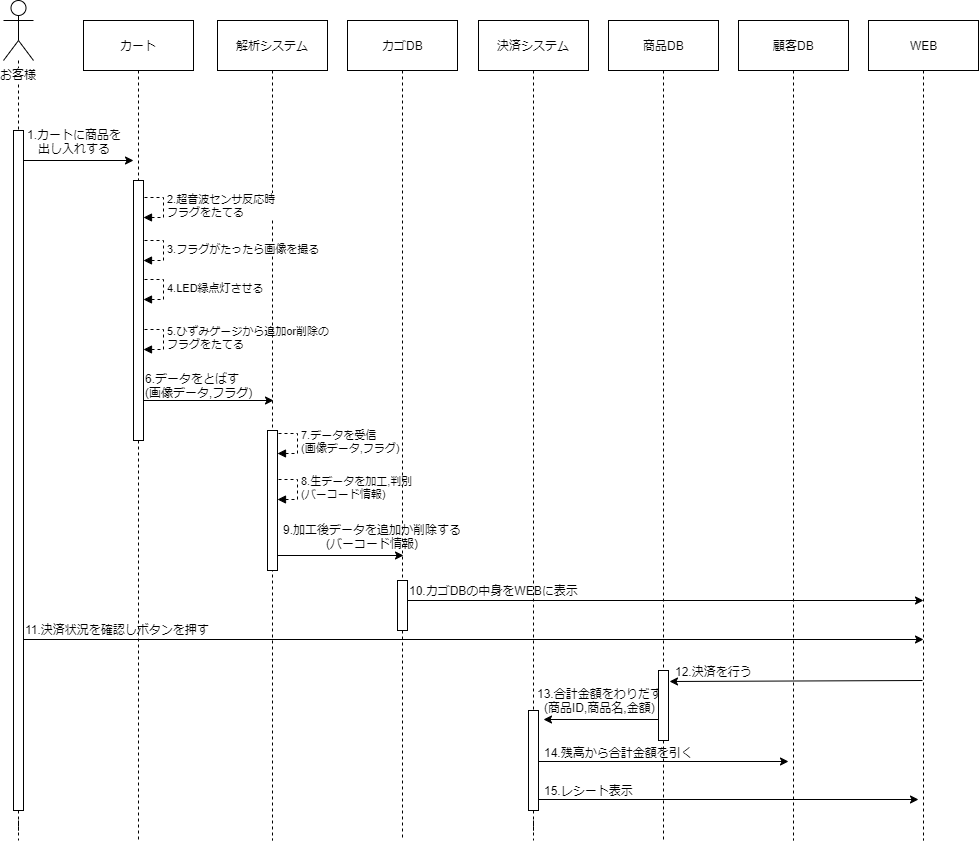
Above: 図/sequence.png in DJ956/YoloBarcodeReader (draw.io), before the change. Source tidied: cells renumbered, new cells last; positions are measured from the earlier drawing's top-left corner, leaving out a move shared by most shapes.
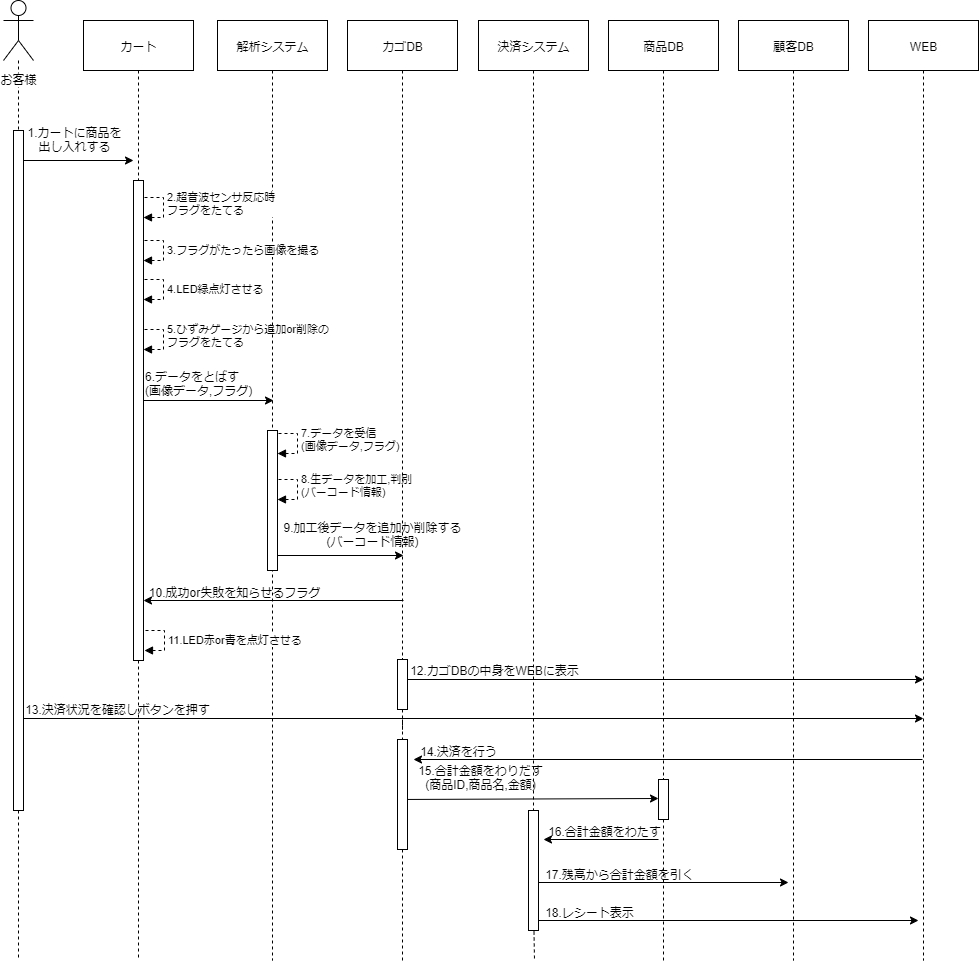
Later version of the same file.

Diff of the diagram source:
```diff
@@ -4,12 +4,12 @@
     <mxCell id="1" parent="0" />
     <mxCell id="2" style="edgeStyle=orthogonalEdgeStyle;rounded=0;jettySize=auto;html=1;endArrow=none;endFill=0;dashed=1;" parent="1" edge="1" source="6">
       <mxGeometry relative="1" as="geometry">
-        <mxPoint x="15" y="840" as="targetPoint" />
+        <mxPoint x="15" y="960" as="targetPoint" />
       </mxGeometry>
     </mxCell>
     <mxCell id="3" style="rounded=0;jettySize=auto;html=1;endArrow=none;endFill=0;dashed=1;" parent="1" edge="1" source="42">
       <mxGeometry relative="1" as="geometry">
-        <mxPoint x="135" y="840" as="targetPoint" />
+        <mxPoint x="135" y="960" as="targetPoint" />
       </mxGeometry>
     </mxCell>
     <mxCell id="4" value="カート" style="html=1;" parent="1" vertex="1">
@@ -41,7 +41,7 @@
     </mxCell>
     <mxCell id="9" style="rounded=0;jettySize=auto;html=1;endArrow=none;endFill=0;dashed=1;edgeStyle=orthogonalEdgeStyle;" parent="1" edge="1" source="10">
       <mxGeometry relative="1" as="geometry">
-        <mxPoint x="269" y="840" as="targetPoint" />
+        <mxPoint x="269" y="960" as="targetPoint" />
       </mxGeometry>
     </mxCell>
     <mxCell id="10" value="解析システム" style="html=1;" parent="1" vertex="1">
@@ -92,36 +92,30 @@
         <mxPoint x="17" y="-23" as="offset" />
       </mxGeometry>
     </mxCell>
-    <mxCell id="19" style="rounded=0;jettySize=auto;html=1;endArrow=none;endFill=0;dashed=1;edgeStyle=orthogonalEdgeStyle;" parent="1" edge="1" source="35">
-      <mxGeometry relative="1" as="geometry">
-        <mxPoint x="530" y="840" as="targetPoint" />
-      </mxGeometry>
-    </mxCell>
     <mxCell id="20" value="決済システム" style="html=1;" parent="1" vertex="1">
       <mxGeometry x="475" y="20" width="110" height="50" as="geometry" />
     </mxCell>
     <mxCell id="21" style="rounded=0;jettySize=auto;html=1;endArrow=none;endFill=0;dashed=1;edgeStyle=orthogonalEdgeStyle;" parent="1" edge="1" source="37">
       <mxGeometry relative="1" as="geometry">
-        <mxPoint x="660" y="840" as="targetPoint" />
+        <mxPoint x="660" y="960" as="targetPoint" />
       </mxGeometry>
     </mxCell>
     <mxCell id="22" value="商品DB" style="html=1;" parent="1" vertex="1">
       <mxGeometry x="605" y="20" width="110" height="50" as="geometry" />
     </mxCell>
-    <mxCell id="23" style="endArrow=none;html=1;endFill=0;startArrow=classic;startFill=1;" parent="1" edge="1">
+    <mxCell id="23" style="endArrow=classic;html=1;endFill=1;startArrow=none;startFill=0;exitX=1;exitY=0.545;exitDx=0;exitDy=0;exitPerimeter=0;" parent="1" edge="1" source="53">
       <mxGeometry relative="1" as="geometry">
-        <mxPoint x="540" y="719" as="sourcePoint" />
-        <mxPoint x="655" y="719" as="targetPoint" />
+        <mxPoint x="655" y="798" as="targetPoint" />
       </mxGeometry>
     </mxCell>
-    <mxCell id="24" value="13.合計金額をわりだす&lt;br&gt;(商品ID,商品名,金額)" style="text;html=1;align=center;verticalAlign=middle;labelBackgroundColor=none;" parent="23" vertex="1">
+    <mxCell id="24" value="15.合計金額をわりだす&lt;br&gt;(商品ID,商品名,金額)" style="text;html=1;align=center;verticalAlign=middle;labelBackgroundColor=none;" parent="23" vertex="1">
       <mxGeometry x="0.25" y="-3" relative="1" as="geometry">
-        <mxPoint x="-16" y="-23" as="offset" />
+        <mxPoint x="-85" y="-23" as="offset" />
       </mxGeometry>
     </mxCell>
     <mxCell id="25" style="rounded=0;jettySize=auto;html=1;endArrow=none;endFill=0;dashed=1;edgeStyle=orthogonalEdgeStyle;" parent="1" edge="1" source="26">
       <mxGeometry relative="1" as="geometry">
-        <mxPoint x="790" y="840" as="targetPoint" />
+        <mxPoint x="790" y="960" as="targetPoint" />
       </mxGeometry>
     </mxCell>
     <mxCell id="26" value="顧客DB" style="html=1;" parent="1" vertex="1">
@@ -129,18 +123,18 @@
     </mxCell>
     <mxCell id="27" style="endArrow=classic;html=1;" parent="1" edge="1">
       <mxGeometry relative="1" as="geometry">
-        <mxPoint x="530" y="761" as="sourcePoint" />
-        <mxPoint x="785" y="761" as="targetPoint" />
+        <mxPoint x="530" y="882" as="sourcePoint" />
+        <mxPoint x="785" y="882" as="targetPoint" />
       </mxGeometry>
     </mxCell>
-    <mxCell id="28" value="14.残高から合計金額を引く" style="text;html=1;align=center;verticalAlign=middle;labelBackgroundColor=none;" parent="27" vertex="1">
+    <mxCell id="28" value="17.残高から合計金額を引く" style="text;html=1;align=center;verticalAlign=middle;labelBackgroundColor=none;" parent="27" vertex="1">
       <mxGeometry x="0.25" y="-3" relative="1" as="geometry">
         <mxPoint x="-75" y="-13" as="offset" />
       </mxGeometry>
     </mxCell>
     <mxCell id="29" style="rounded=0;jettySize=auto;html=1;endArrow=none;endFill=0;dashed=1;edgeStyle=orthogonalEdgeStyle;" parent="1" edge="1" source="30">
       <mxGeometry relative="1" as="geometry">
-        <mxPoint x="920" y="840" as="targetPoint" />
+        <mxPoint x="920" y="960" as="targetPoint" />
       </mxGeometry>
     </mxCell>
     <mxCell id="30" value="WEB" style="html=1;" parent="1" vertex="1">
@@ -148,11 +142,11 @@
     </mxCell>
     <mxCell id="31" style="endArrow=classic;html=1;" parent="1" edge="1">
       <mxGeometry relative="1" as="geometry">
-        <mxPoint x="530" y="799" as="sourcePoint" />
-        <mxPoint x="915" y="799" as="targetPoint" />
+        <mxPoint x="530" y="920" as="sourcePoint" />
+        <mxPoint x="915" y="920" as="targetPoint" />
       </mxGeometry>
     </mxCell>
-    <mxCell id="32" value="15.レシート表示" style="text;html=1;align=center;verticalAlign=middle;labelBackgroundColor=none;" parent="31" vertex="1">
+    <mxCell id="32" value="18.レシート表示" style="text;html=1;align=center;verticalAlign=middle;labelBackgroundColor=none;" parent="31" vertex="1">
       <mxGeometry x="0.25" y="-3" relative="1" as="geometry">
         <mxPoint x="-186" y="-13" as="offset" />
       </mxGeometry>
@@ -160,20 +154,17 @@
     <mxCell id="33" style="rounded=0;jettySize=auto;html=1;endArrow=none;endFill=0;dashed=1;" parent="1" edge="1" source="4" target="42">
       <mxGeometry relative="1" as="geometry" />
     </mxCell>
-    <mxCell id="34" style="rounded=0;jettySize=auto;html=1;endArrow=none;endFill=0;dashed=1;edgeStyle=orthogonalEdgeStyle;" parent="1" edge="1" source="51">
+    <mxCell id="34" style="rounded=0;jettySize=auto;html=1;endArrow=none;endFill=0;dashed=1;edgeStyle=orthogonalEdgeStyle;" parent="1" edge="1" source="53">
       <mxGeometry relative="1" as="geometry">
-        <mxPoint x="399" y="840" as="targetPoint" />
+        <mxPoint x="399" y="960" as="targetPoint" />
       </mxGeometry>
     </mxCell>
     <mxCell id="35" style="html=1;points=[];perimeter=orthogonalPerimeter;labelBackgroundColor=none;align=left;" parent="1" vertex="1">
-      <mxGeometry x="525" y="710" width="10" height="100" as="geometry" />
+      <mxGeometry x="525" y="810" width="10" height="120" as="geometry" />
     </mxCell>
     <mxCell id="36" style="rounded=0;jettySize=auto;html=1;endArrow=none;endFill=0;dashed=1;edgeStyle=orthogonalEdgeStyle;" parent="1" edge="1" source="20" target="35">
       <mxGeometry relative="1" as="geometry" />
     </mxCell>
-    <mxCell id="37" style="html=1;points=[];perimeter=orthogonalPerimeter;labelBackgroundColor=none;" parent="1" vertex="1">
-      <mxGeometry x="655" y="670" width="10" height="70" as="geometry" />
-    </mxCell>
     <mxCell id="38" style="rounded=0;jettySize=auto;html=1;endArrow=none;endFill=0;dashed=1;edgeStyle=orthogonalEdgeStyle;" parent="1" edge="1" source="22" target="37">
       <mxGeometry relative="1" as="geometry" />
     </mxCell>
@@ -198,16 +189,13 @@
         </Array>
       </mxGeometry>
     </mxCell>
-    <mxCell id="42" style="html=1;points=[];perimeter=orthogonalPerimeter;labelBackgroundColor=none;align=left;" parent="1" vertex="1">
-      <mxGeometry x="130" y="180" width="10" height="260" as="geometry" />
-    </mxCell>
     <mxCell id="43" style="endArrow=classic;html=1;" parent="1" edge="1">
       <mxGeometry relative="1" as="geometry">
-        <mxPoint x="20" y="639" as="sourcePoint" />
-        <mxPoint x="920" y="639" as="targetPoint" />
+        <mxPoint x="20" y="718" as="sourcePoint" />
+        <mxPoint x="920" y="718" as="targetPoint" />
       </mxGeometry>
     </mxCell>
-    <mxCell id="44" value="11.決済状況を確認しボタンを押す" style="text;html=1;align=center;verticalAlign=middle;labelBackgroundColor=none;" parent="43" vertex="1">
+    <mxCell id="44" value="13.決済状況を確認しボタンを押す" style="text;html=1;align=center;verticalAlign=middle;labelBackgroundColor=none;" parent="43" vertex="1">
       <mxGeometry x="0.25" y="-3" relative="1" as="geometry">
         <mxPoint x="-470" y="-14" as="offset" />
       </mxGeometry>
@@ -226,30 +214,80 @@
     </mxCell>
     <mxCell id="47" style="endArrow=classic;html=1;" parent="1" edge="1">
       <mxGeometry relative="1" as="geometry">
-        <mxPoint x="400" y="600" as="sourcePoint" />
-        <mxPoint x="920" y="600" as="targetPoint" />
+        <mxPoint x="400" y="679" as="sourcePoint" />
+        <mxPoint x="920" y="679" as="targetPoint" />
       </mxGeometry>
     </mxCell>
-    <mxCell id="48" value="10.カゴDBの中身をWEBに表示" style="text;html=1;align=center;verticalAlign=middle;labelBackgroundColor=none;" parent="47" vertex="1">
+    <mxCell id="48" value="12.カゴDBの中身をWEBに表示" style="text;html=1;align=center;verticalAlign=middle;labelBackgroundColor=none;" parent="47" vertex="1">
       <mxGeometry x="0.25" y="-3" relative="1" as="geometry">
         <mxPoint x="-236" y="-14" as="offset" />
       </mxGeometry>
     </mxCell>
-    <mxCell id="49" style="endArrow=none;html=1;endFill=0;startArrow=classic;startFill=1;exitX=1.1;exitY=0.157;exitDx=0;exitDy=0;exitPerimeter=0;" parent="1" edge="1" source="37">
+    <mxCell id="49" style="endArrow=none;html=1;endFill=0;startArrow=classic;startFill=1;" parent="1" edge="1">
       <mxGeometry relative="1" as="geometry">
-        <mxPoint x="919" y="680" as="targetPoint" />
+        <mxPoint x="410" y="759" as="sourcePoint" />
+        <mxPoint x="919" y="759" as="targetPoint" />
       </mxGeometry>
     </mxCell>
-    <mxCell id="50" value="12.決済を行う" style="text;html=1;align=center;verticalAlign=middle;labelBackgroundColor=none;" parent="49" vertex="1">
+    <mxCell id="50" value="14.決済を行う" style="text;html=1;align=center;verticalAlign=middle;labelBackgroundColor=none;" parent="49" vertex="1">
       <mxGeometry x="0.25" y="-3" relative="1" as="geometry">
-        <mxPoint x="-114" y="-13.4" as="offset" />
+        <mxPoint x="-275" y="-13" as="offset" />
       </mxGeometry>
     </mxCell>
     <mxCell id="51" style="html=1;points=[];perimeter=orthogonalPerimeter;labelBackgroundColor=none;" parent="1" vertex="1">
-      <mxGeometry x="394" y="580" width="10" height="50" as="geometry" />
+      <mxGeometry x="394" y="659" width="10" height="50" as="geometry" />
     </mxCell>
     <mxCell id="52" style="rounded=0;jettySize=auto;html=1;endArrow=none;endFill=0;dashed=1;edgeStyle=orthogonalEdgeStyle;" parent="1" edge="1" source="16" target="51">
       <mxGeometry relative="1" as="geometry" />
     </mxCell>
+    <mxCell id="53" style="html=1;points=[];perimeter=orthogonalPerimeter;labelBackgroundColor=none;" parent="1" vertex="1">
+      <mxGeometry x="394" y="739" width="10" height="110" as="geometry" />
+    </mxCell>
+    <mxCell id="54" style="rounded=0;jettySize=auto;html=1;endArrow=none;endFill=0;dashed=1;edgeStyle=orthogonalEdgeStyle;" parent="1" edge="1" source="51" target="53">
+      <mxGeometry relative="1" as="geometry" />
+    </mxCell>
+    <mxCell id="37" style="html=1;points=[];perimeter=orthogonalPerimeter;labelBackgroundColor=none;" parent="1" vertex="1">
+      <mxGeometry x="655" y="779" width="10" height="40" as="geometry" />
+    </mxCell>
+    <mxCell id="55" style="endArrow=none;html=1;endFill=0;startArrow=classic;startFill=1;" parent="1" edge="1">
+      <mxGeometry relative="1" as="geometry">
+        <mxPoint x="540" y="839" as="sourcePoint" />
+        <mxPoint x="655" y="839" as="targetPoint" />
+      </mxGeometry>
+    </mxCell>
+    <mxCell id="56" value="16.合計金額をわたす" style="text;html=1;align=center;verticalAlign=middle;labelBackgroundColor=none;" parent="55" vertex="1">
+      <mxGeometry x="0.25" y="-3" relative="1" as="geometry">
+        <mxPoint x="-12" y="-13" as="offset" />
+      </mxGeometry>
+    </mxCell>
+    <mxCell id="57" style="endArrow=none;html=1;endFill=0;startArrow=classic;startFill=1;" parent="1" edge="1">
+      <mxGeometry relative="1" as="geometry">
+        <mxPoint x="140" y="600" as="sourcePoint" />
+        <mxPoint x="400" y="600" as="targetPoint" />
+      </mxGeometry>
+    </mxCell>
+    <mxCell id="58" value="10.成功or失敗を知らせるフラグ" style="text;html=1;align=center;verticalAlign=middle;labelBackgroundColor=none;" parent="57" vertex="1">
+      <mxGeometry x="0.25" y="-3" relative="1" as="geometry">
+        <mxPoint x="-73" y="-13" as="offset" />
+      </mxGeometry>
+    </mxCell>
+    <mxCell id="59" value="11.LED赤or青を点灯させる" style="edgeStyle=orthogonalEdgeStyle;html=1;align=left;spacingLeft=2;endArrow=block;rounded=0;entryX=1;entryY=0;dashed=1;" parent="1" edge="1">
+      <mxGeometry relative="1" as="geometry">
+        <mxPoint x="136" y="630" as="sourcePoint" />
+        <mxPoint x="141" y="650" as="targetPoint" />
+        <Array as="points">
+          <mxPoint x="161" y="630" />
+        </Array>
+      </mxGeometry>
+    </mxCell>
+    <mxCell id="42" style="html=1;points=[];perimeter=orthogonalPerimeter;labelBackgroundColor=none;align=left;" parent="1" vertex="1">
+      <mxGeometry x="130" y="180" width="10" height="480" as="geometry" />
+    </mxCell>
+    <mxCell id="60" style="rounded=0;orthogonalLoop=1;jettySize=auto;html=1;endArrow=none;endFill=0;dashed=1;edgeStyle=orthogonalEdgeStyle;" parent="1" edge="1">
+      <mxGeometry relative="1" as="geometry">
+        <mxPoint x="530.5" y="931" as="sourcePoint" />
+        <mxPoint x="531" y="960" as="targetPoint" />
+      </mxGeometry>
+    </mxCell>
   </root>
 </mxGraphModel>
```
